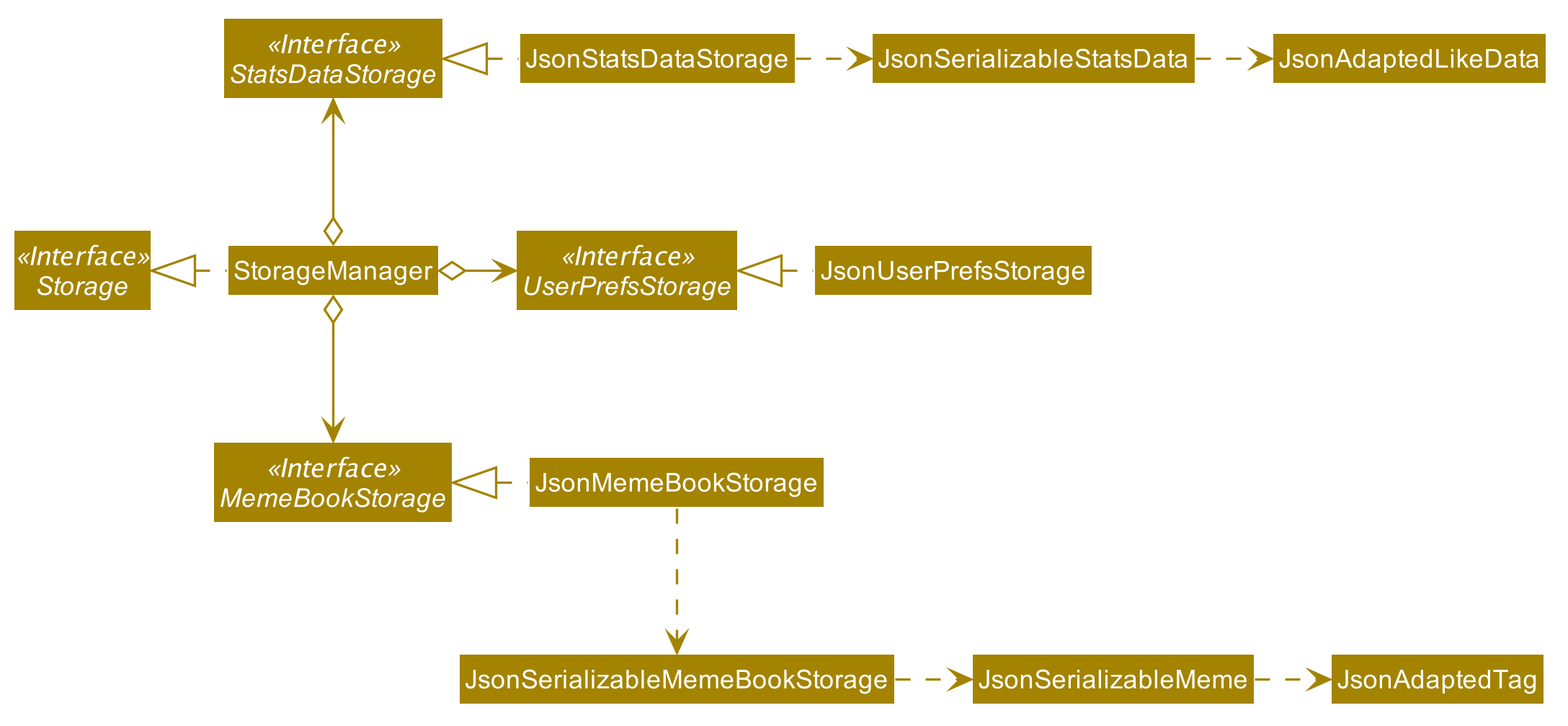
This is docs/images/StorageClassDiagram.png from nus-cs2103-AY1920S1/addressbook-level3, a PlantUML export, as it was before one commit.
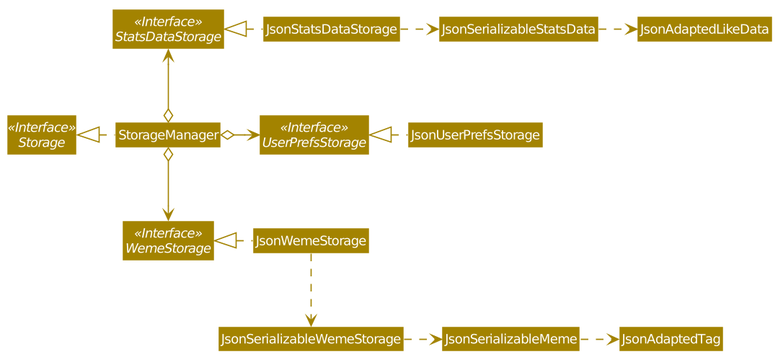
Above is the later version.

Diff of the diagram source:
```diff
@@ -54,23 +54,23 @@
 
 Interface Storage <<Interface>>
 Interface UserPrefsStorage <<Interface>>
-Interface MemeBookStorage <<Interface>>
+Interface WemeStorage <<Interface>>
 Interface StatsDataStorage <<Interface>>
 
 Class StorageManager
 Class JsonUserPrefsStorage
-Class JsonMemeBookStorage
+Class JsonWemeStorage
 class JsonStatsDataStorage
 
 StorageManager .left.|> Storage
 StorageManager o-right-> UserPrefsStorage
-StorageManager o--> MemeBookStorage
+StorageManager o--> WemeStorage
 StorageManager o-up-> StatsDataStorage
 
 JsonUserPrefsStorage .left.|> UserPrefsStorage
-JsonMemeBookStorage .left.|> MemeBookStorage
-JsonMemeBookStorage .down.> JsonSerializableMemeBookStorage
-JsonSerializableMemeBookStorage .right.> JsonSerializableMeme
+JsonWemeStorage .left.|> WemeStorage
+JsonWemeStorage .down.> JsonSerializableWemeStorage
+JsonSerializableWemeStorage .right.> JsonSerializableMeme
 JsonSerializableMeme .right.> JsonAdaptedTag
 
 JsonStatsDataStorage .left.|> StatsDataStorage
```
